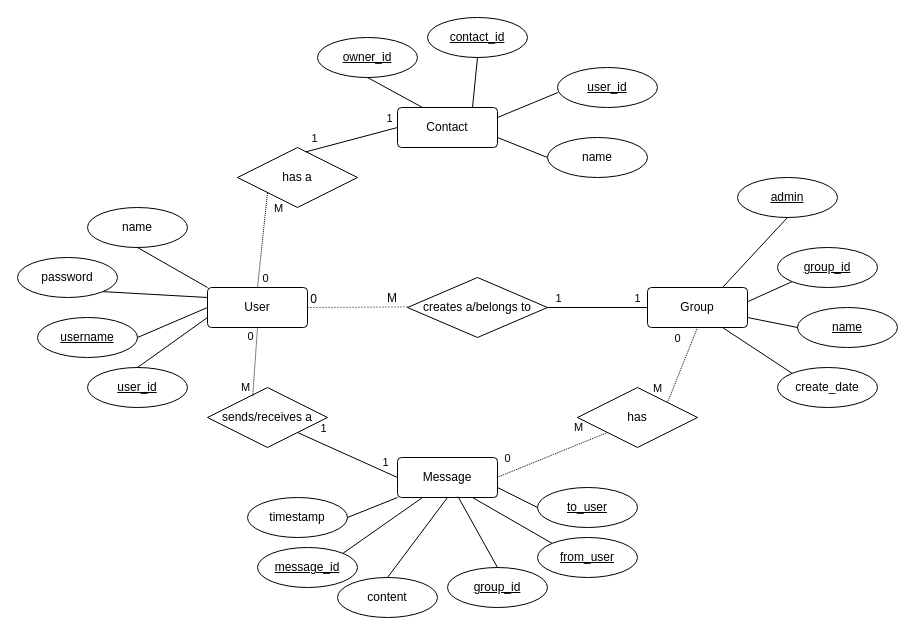
jfrank98/pd-tp keeps this draw.io diagram as ER.drawio. Above is the earlier version. Source tidied: cells renumbered, new cells numbered last; positions are measured from the earlier drawing's top-left corner, leaving out a move shared by most shapes. Both pictures are drawn from the tidied source at 100%, with x=0, y=0 at pixel (17, 17).
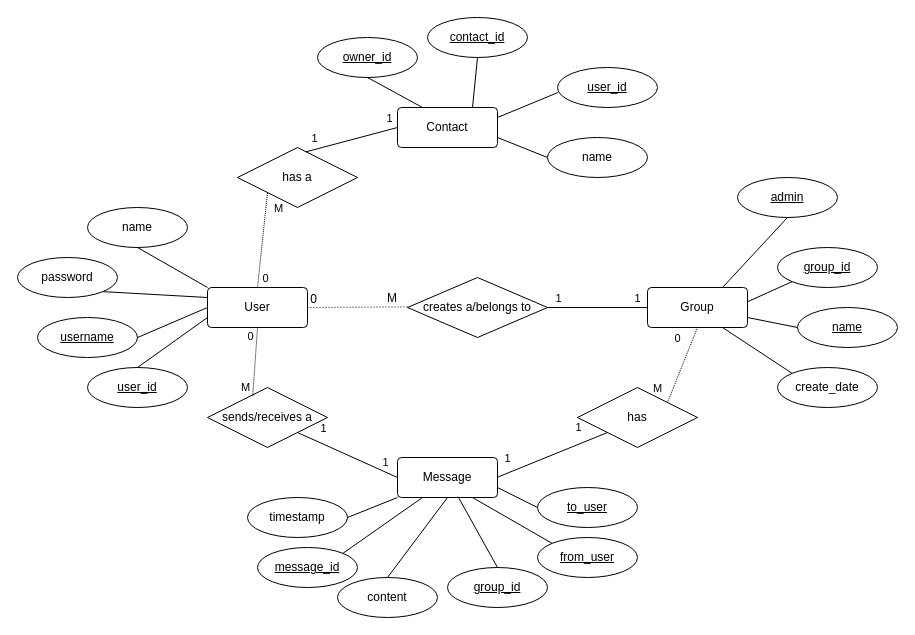
After the change.

Unchanged cells that the change refers to:
```xml
<mxCell id="2" style="group;align=center;" parent="1" vertex="1">
  <mxGeometry width="880" height="600" as="geometry" />
</mxCell>
<mxCell id="33" value="has" style="shape=rhombus;perimeter=rhombusPerimeter;whiteSpace=wrap;html=1;align=center;" parent="2" vertex="1">
  <mxGeometry x="560" y="370" width="120" height="60" as="geometry" />
</mxCell>
```

The edit, as a diff of the source:
```diff
@@
-    <mxCell id="34" style="endArrow=none;html=1;rounded=0;dashed=1;dashPattern=1 1;entryX=0;entryY=1;entryDx=0;entryDy=0;" parent="2" edge="1" target="33">
+    <mxCell id="34" style="endArrow=none;html=1;rounded=0;entryX=0;entryY=1;entryDx=0;entryDy=0;" parent="2" edge="1" target="33">
       <mxGeometry relative="1" as="geometry">
         <mxPoint x="480" y="459.7" as="sourcePoint" />
       </mxGeometry>
     </mxCell>
-    <mxCell id="35" value="0" style="edgeLabel;html=1;align=center;verticalAlign=middle;" parent="34" vertex="1">
+    <mxCell id="35" value="1" style="edgeLabel;html=1;align=center;verticalAlign=middle;" parent="34" vertex="1">
       <mxGeometry x="-0.59" relative="1" as="geometry">
         <mxPoint x="-13" y="-10" as="offset" />
       </mxGeometry>
     </mxCell>
-    <mxCell id="36" value="M" style="edgeLabel;html=1;align=center;verticalAlign=middle;" parent="34" vertex="1">
+    <mxCell id="36" value="1" style="edgeLabel;html=1;align=center;verticalAlign=middle;" parent="34" vertex="1">
       <mxGeometry x="0.79" relative="1" as="geometry">
         <mxPoint x="-18" y="-10" as="offset" />
       </mxGeometry>
     </mxCell>
```
